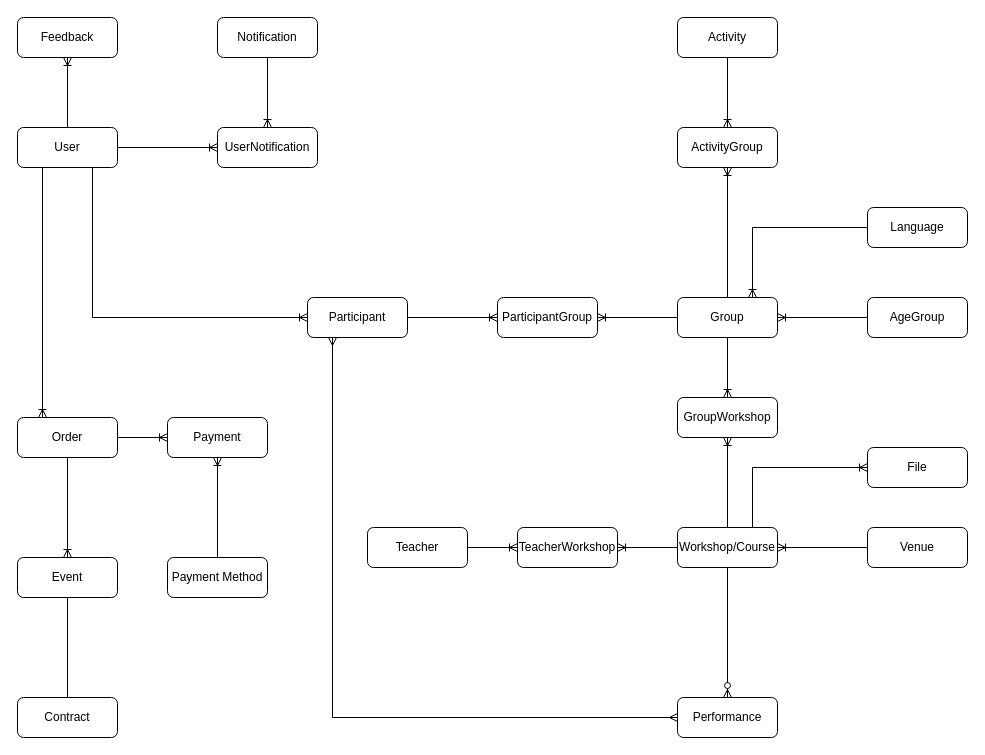
This is docs/erm.drawio from OleksiyKharkiv/lebens_rhythmus, a draw.io file, before an edit. Source tidied: cells renumbered, new cells numbered last; positions are measured from the earlier drawing's top-left corner, leaving out a move shared by most shapes. Both pictures are drawn from the tidied source at 100%, with x=0, y=0 at pixel (17, 17).
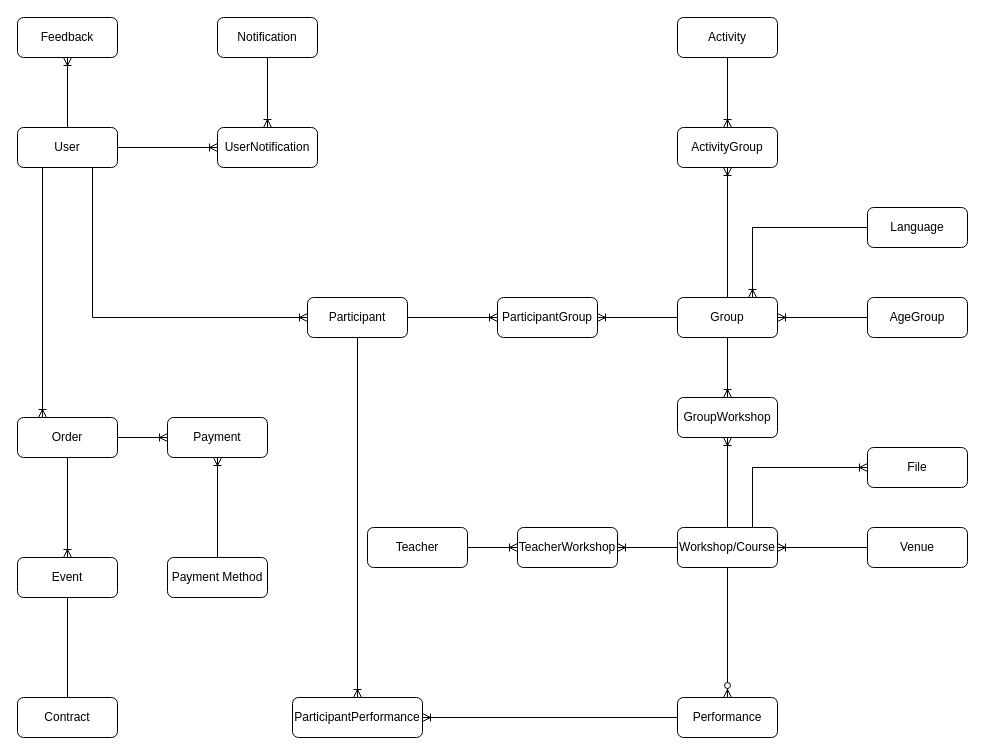
The same diagram, later.

The change refers to these unchanged cells:
```xml
<mxCell id="3" value="Participant" style="rounded=1;whiteSpace=wrap;html=1;" parent="1" vertex="1">
  <mxGeometry x="290" y="280" width="100" height="40" as="geometry" />
</mxCell>
<mxCell id="9" value="Performance" style="rounded=1;whiteSpace=wrap;html=1;" parent="1" vertex="1">
  <mxGeometry x="660" y="680" width="100" height="40" as="geometry" />
</mxCell>
```

Diff of the diagram source:
```diff
@@
-    <mxCell id="24" style="edgeStyle=orthogonalEdgeStyle;fontSize=12;html=1;endArrow=ERmany;startArrow=ERmany;rounded=0;entryX=0.25;entryY=1;entryDx=0;entryDy=0;exitX=0;exitY=0.5;exitDx=0;exitDy=0;" parent="1" edge="1" source="9" target="3">
-      <mxGeometry relative="1" as="geometry" />
-    </mxCell>
@@
+    <mxCell id="48" value="ParticipantPerformance" style="rounded=1;whiteSpace=wrap;html=1;" parent="1" vertex="1">
+      <mxGeometry x="275" y="680" width="130" height="40" as="geometry" />
+    </mxCell>
+    <mxCell id="49" style="edgeStyle=orthogonalEdgeStyle;fontSize=12;html=1;endArrow=ERoneToMany;rounded=0;exitX=0.5;exitY=1;exitDx=0;exitDy=0;entryX=0.5;entryY=0;entryDx=0;entryDy=0;" parent="1" edge="1" source="3" target="48">
+      <mxGeometry relative="1" as="geometry" />
+    </mxCell>
+    <mxCell id="50" style="edgeStyle=orthogonalEdgeStyle;fontSize=12;html=1;endArrow=ERoneToMany;rounded=0;exitX=0;exitY=0.5;exitDx=0;exitDy=0;entryX=1;entryY=0.5;entryDx=0;entryDy=0;" parent="1" edge="1" source="9" target="48">
+      <mxGeometry relative="1" as="geometry" />
+    </mxCell>
```
